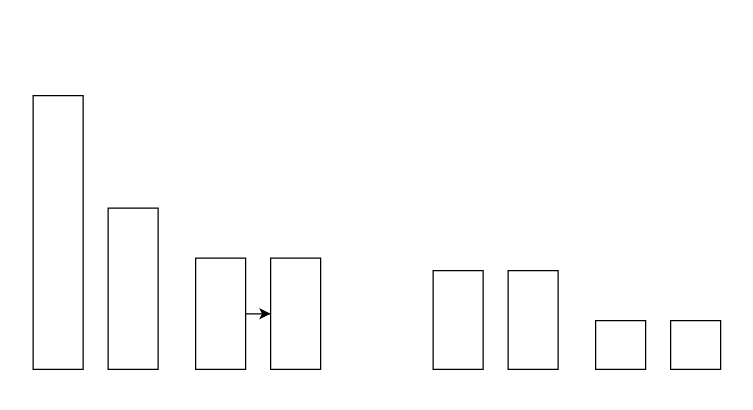
This is Untitled Diagram.drawio from rmasucci/Draw_IO_Diagrams, a draw.io file, before an edit. Source tidied: cells renumbered, new cells numbered last; positions are measured from the earlier drawing's top-left corner, leaving out a move shared by most shapes. Both pictures are drawn from the tidied source at 125%, with x=0, y=0 at pixel (32, 95).
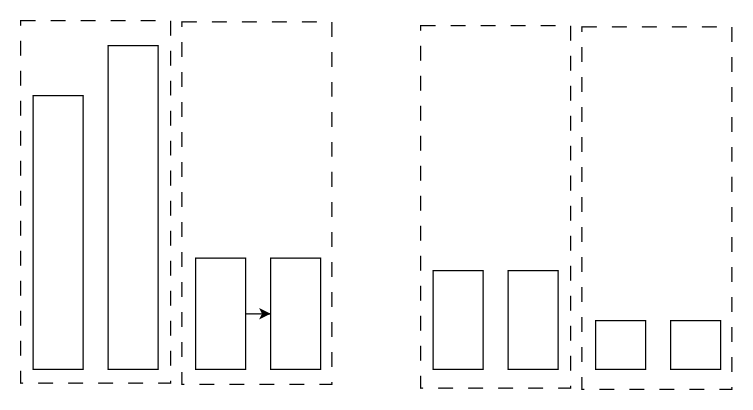
The same diagram, later.

The edit, as a diff of the source:
```diff
@@
 <mxGraphModel>
   <root>
     <mxCell id="0" />
     <mxCell id="1" parent="0" />
     <mxCell id="2" style="rounded=0;whiteSpace=wrap;html=1;" parent="1" vertex="1">
       <mxGeometry width="40" height="219" as="geometry" />
     </mxCell>
     <mxCell id="3" style="rounded=0;whiteSpace=wrap;html=1;" parent="1" vertex="1">
-      <mxGeometry x="60" y="90" width="40" height="129" as="geometry" />
+      <mxGeometry x="60" y="-40" width="40" height="259" as="geometry" />
     </mxCell>
     <mxCell id="4" style="edgeStyle=orthogonalEdgeStyle;rounded=0;jettySize=auto;html=1;" parent="1" edge="1" source="5" target="6">
       <mxGeometry relative="1" as="geometry" />
     </mxCell>
     <mxCell id="5" style="rounded=0;whiteSpace=wrap;html=1;" parent="1" vertex="1">
       <mxGeometry x="130" y="130" width="40" height="89" as="geometry" />
     </mxCell>
     <mxCell id="6" style="rounded=0;whiteSpace=wrap;html=1;" parent="1" vertex="1">
       <mxGeometry x="190" y="130" width="40" height="89" as="geometry" />
     </mxCell>
     <mxCell id="7" style="rounded=0;whiteSpace=wrap;html=1;" parent="1" vertex="1">
       <mxGeometry x="320" y="140" width="40" height="79" as="geometry" />
     </mxCell>
     <mxCell id="8" style="rounded=0;whiteSpace=wrap;html=1;" parent="1" vertex="1">
       <mxGeometry x="380" y="140" width="40" height="79" as="geometry" />
     </mxCell>
     <mxCell id="9" style="rounded=0;whiteSpace=wrap;html=1;" parent="1" vertex="1">
       <mxGeometry x="450" y="180" width="40" height="39" as="geometry" />
     </mxCell>
     <mxCell id="10" style="rounded=0;whiteSpace=wrap;html=1;" parent="1" vertex="1">
       <mxGeometry x="510" y="180" width="40" height="39" as="geometry" />
     </mxCell>
+    <mxCell id="11" style="rounded=0;whiteSpace=wrap;html=1;fillColor=none;dashed=1;dashPattern=12 12;" parent="1" vertex="1">
+      <mxGeometry x="-10" y="-60" width="120" height="290" as="geometry" />
+    </mxCell>
+    <mxCell id="12" style="rounded=0;whiteSpace=wrap;html=1;fillColor=none;dashed=1;dashPattern=12 12;" parent="1" vertex="1">
+      <mxGeometry x="119" y="-59" width="120" height="290" as="geometry" />
+    </mxCell>
+    <mxCell id="13" style="rounded=0;whiteSpace=wrap;html=1;fillColor=none;dashed=1;dashPattern=12 12;" parent="1" vertex="1">
+      <mxGeometry x="310" y="-56" width="120" height="290" as="geometry" />
+    </mxCell>
+    <mxCell id="14" style="rounded=0;whiteSpace=wrap;html=1;fillColor=none;dashed=1;dashPattern=12 12;" parent="1" vertex="1">
+      <mxGeometry x="439" y="-55" width="120" height="290" as="geometry" />
+    </mxCell>
   </root>
 </mxGraphModel>
```
